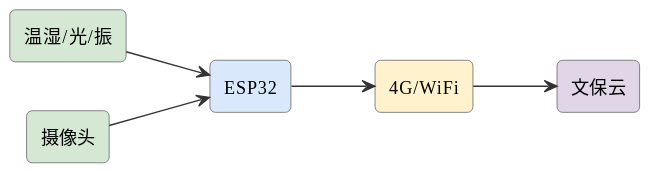
Before: assets/diagrams/ideas-fig111.svg, a diagram exported from PlantUML (mingyi0818/IntelligentMcuCourse).
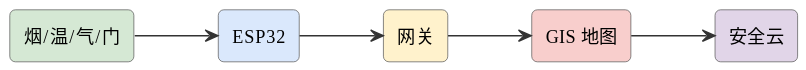
Above is the later version.

Diff of the diagram source:
```diff
@@ -6,13 +6,13 @@
 skinparam arrowFontSize 11
 skinparam arrowColor #333
 left to right direction
-rectangle "温湿/光/振" as s #d5e8d4
+rectangle "烟/温/气/门" as s #d5e8d4
 rectangle "ESP32" as esp #dae8fc
-rectangle "摄像头" as cam #d5e8d4
-rectangle "4G/WiFi" as net #fff2cc
-rectangle "文保云" as cloud #e1d5e8
+rectangle "网关" as gw #fff2cc
+rectangle "GIS 地图" as gis #f8cecc
+rectangle "安全云" as cloud #e1d5e8
 s --> esp
-cam --> esp
-esp --> net
-net --> cloud
+esp --> gw
+gw --> gis
+gis --> cloud
 @enduml
```
